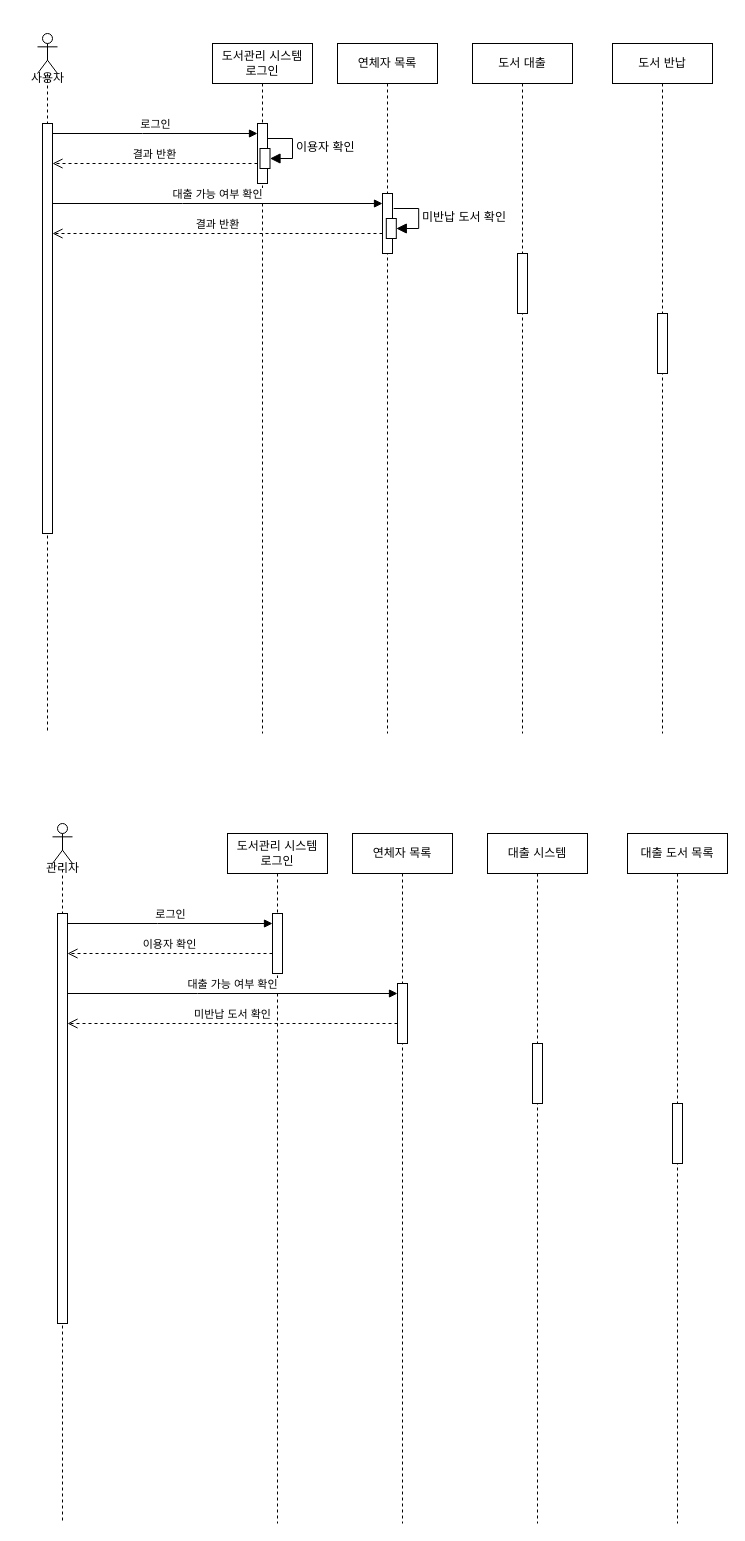
Earlier version of the draw.io diagram Behavioral_Modeling.drawio (ChanY00/-). Source tidied: cells renumbered, new cells numbered last; positions are measured from the earlier drawing's top-left corner, leaving out a move shared by most shapes. Both pictures are drawn from the tidied source at 100%, with x=0, y=0 at pixel (17, 33).
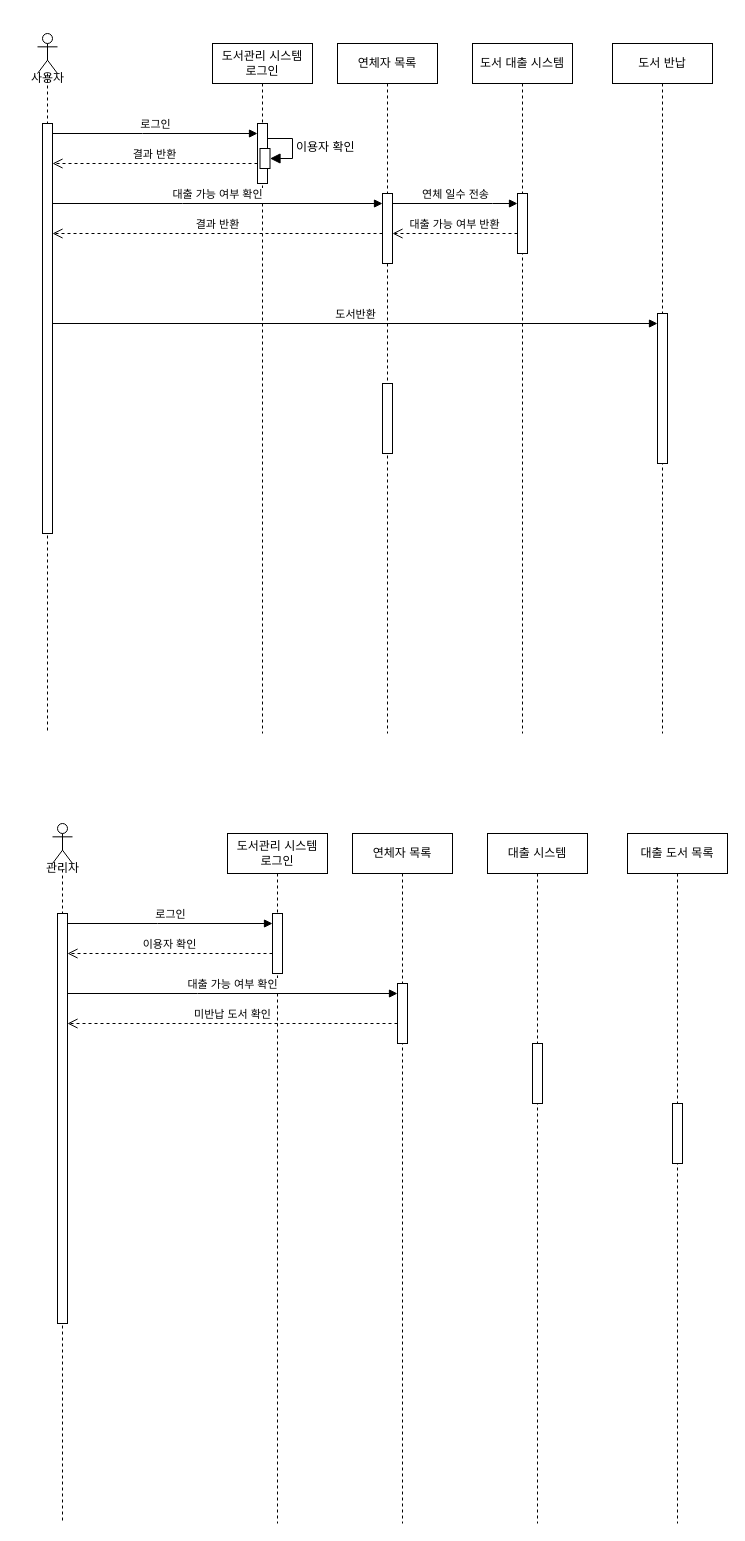
The same page after the edit.

Unchanged cells that the change refers to:
```xml
<mxCell id="11" value="연체자 목록" style="shape=umlLifeline;perimeter=lifelinePerimeter;whiteSpace=wrap;html=1;newEdgeStyle={&quot;edgeStyle&quot;:&quot;elbowEdgeStyle&quot;,&quot;elbow&quot;:&quot;vertical&quot;,&quot;curved&quot;:0,&quot;rounded&quot;:0};" parent="1" vertex="1">
  <mxGeometry x="320" y="10" width="100" height="690" as="geometry" />
</mxCell>
<mxCell id="17" value="도서 반납" style="shape=umlLifeline;perimeter=lifelinePerimeter;whiteSpace=wrap;html=1;newEdgeStyle={&quot;edgeStyle&quot;:&quot;elbowEdgeStyle&quot;,&quot;elbow&quot;:&quot;vertical&quot;,&quot;curved&quot;:0,&quot;rounded&quot;:0};" parent="1" vertex="1">
  <mxGeometry x="595" y="10" width="100" height="690" as="geometry" />
</mxCell>
```

Change to the diagram source:
```diff
@@
     <mxCell id="12" style="html=1;points=[];perimeter=orthogonalPerimeter;outlineConnect=0;targetShapes=umlLifeline;portConstraint=eastwest;newEdgeStyle={&quot;edgeStyle&quot;:&quot;elbowEdgeStyle&quot;,&quot;elbow&quot;:&quot;vertical&quot;,&quot;curved&quot;:0,&quot;rounded&quot;:0};" parent="11" vertex="1">
-      <mxGeometry x="45" y="150" width="10" height="60" as="geometry" />
+      <mxGeometry x="45" y="150" width="10" height="70" as="geometry" />
     </mxCell>
-    <mxCell id="13" style="html=1;points=[[0,0,0,0,5],[0,1,0,0,-5],[1,0,0,0,5],[1,1,0,0,-5]];perimeter=orthogonalPerimeter;outlineConnect=0;targetShapes=umlLifeline;portConstraint=eastwest;newEdgeStyle={&quot;curved&quot;:0,&quot;rounded&quot;:0};" parent="11" vertex="1">
-      <mxGeometry x="48.8" y="175" width="10" height="20" as="geometry" />
-    </mxCell>
-    <mxCell id="14" value="미반납 도서 확인" style="html=1;align=left;spacingLeft=2;endArrow=block;rounded=0;edgeStyle=orthogonalEdgeStyle;curved=0;rounded=0;fontSize=12;startSize=8;endSize=8;" parent="11" edge="1" target="13">
-      <mxGeometry relative="1" as="geometry">
-        <mxPoint x="56.2" y="165" as="sourcePoint" />
-        <Array as="points">
-          <mxPoint x="81.2" y="165" />
-          <mxPoint x="81.2" y="185" />
-        </Array>
-      </mxGeometry>
-    </mxCell>
+    <mxCell id="36" style="html=1;perimeter=orthogonalPerimeter;targetShapes=umlLifeline;newEdgeStyle={&quot;edgeStyle&quot;:&quot;elbowEdgeStyle&quot;,&quot;elbow&quot;:&quot;vertical&quot;,&quot;curved&quot;:0,&quot;rounded&quot;:0};" parent="11" vertex="1">
+      <mxGeometry x="45" y="340" width="10" height="70" as="geometry" />
+    </mxCell>
-    <mxCell id="15" value="도서 대출" style="shape=umlLifeline;perimeter=lifelinePerimeter;whiteSpace=wrap;html=1;newEdgeStyle={&quot;edgeStyle&quot;:&quot;elbowEdgeStyle&quot;,&quot;elbow&quot;:&quot;vertical&quot;,&quot;curved&quot;:0,&quot;rounded&quot;:0};" parent="1" vertex="1">
+    <mxCell id="15" value="도서 대출 시스템" style="shape=umlLifeline;perimeter=lifelinePerimeter;whiteSpace=wrap;html=1;newEdgeStyle={&quot;edgeStyle&quot;:&quot;elbowEdgeStyle&quot;,&quot;elbow&quot;:&quot;vertical&quot;,&quot;curved&quot;:0,&quot;rounded&quot;:0};" parent="1" vertex="1">
       <mxGeometry x="455" y="10" width="100" height="690" as="geometry" />
     </mxCell>
     <mxCell id="16" style="html=1;points=[];perimeter=orthogonalPerimeter;outlineConnect=0;targetShapes=umlLifeline;portConstraint=eastwest;newEdgeStyle={&quot;edgeStyle&quot;:&quot;elbowEdgeStyle&quot;,&quot;elbow&quot;:&quot;vertical&quot;,&quot;curved&quot;:0,&quot;rounded&quot;:0};" parent="15" vertex="1">
-      <mxGeometry x="45" y="210" width="10" height="60" as="geometry" />
+      <mxGeometry x="45" y="150" width="10" height="60" as="geometry" />
     </mxCell>
@@
     <mxCell id="18" style="html=1;points=[];perimeter=orthogonalPerimeter;outlineConnect=0;targetShapes=umlLifeline;portConstraint=eastwest;newEdgeStyle={&quot;edgeStyle&quot;:&quot;elbowEdgeStyle&quot;,&quot;elbow&quot;:&quot;vertical&quot;,&quot;curved&quot;:0,&quot;rounded&quot;:0};" parent="17" vertex="1">
-      <mxGeometry x="45" y="270" width="10" height="60" as="geometry" />
+      <mxGeometry x="45" y="270" width="10" height="150" as="geometry" />
     </mxCell>
@@
+    <mxCell id="37" value="연체 일수 전송" style="html=1;verticalAlign=bottom;endArrow=block;edgeStyle=elbowEdgeStyle;elbow=vertical;curved=0;rounded=0;" parent="1" edge="1" source="12" target="16">
+      <mxGeometry relative="1" as="geometry">
+        <Array as="points">
+          <mxPoint x="475" y="170" />
+          <mxPoint x="385" y="180" />
+        </Array>
+      </mxGeometry>
+    </mxCell>
+    <mxCell id="38" value="대출 가능 여부 반환" style="html=1;verticalAlign=bottom;endArrow=open;dashed=1;endSize=8;edgeStyle=elbowEdgeStyle;elbow=horizontal;curved=0;rounded=0;" parent="1" edge="1" source="16" target="12">
+      <mxGeometry relative="1" as="geometry">
+        <Array as="points">
+          <mxPoint x="435" y="200" />
+        </Array>
+      </mxGeometry>
+    </mxCell>
+    <mxCell id="39" value="도서반환" style="html=1;verticalAlign=bottom;endArrow=block;edgeStyle=elbowEdgeStyle;elbow=vertical;curved=0;rounded=0;" parent="1" edge="1" target="18">
+      <mxGeometry relative="1" as="geometry">
+        <mxPoint x="35" y="290" as="sourcePoint" />
+      </mxGeometry>
+    </mxCell>
```
